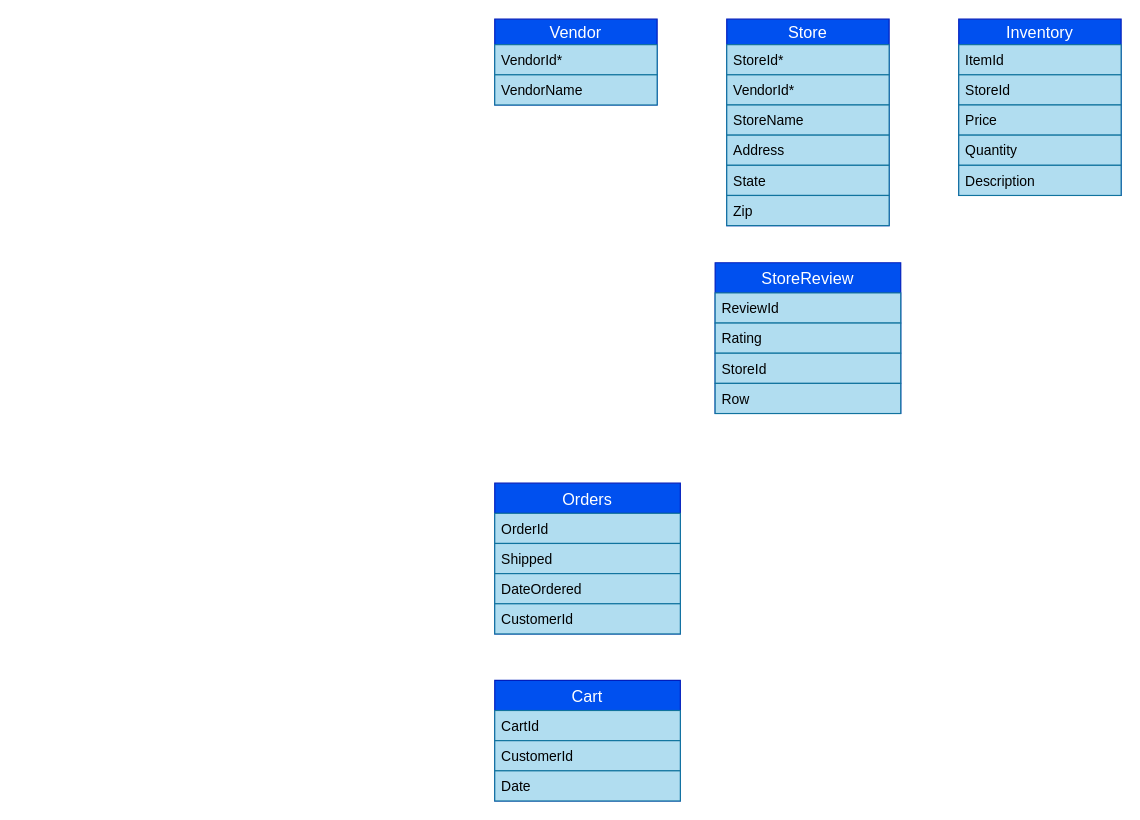
jcorm714/Naybrr keeps this draw.io diagram as DrivrER.drawio. Above is the earlier version. Source tidied: cells renumbered, new cells numbered last; positions are measured from the earlier drawing's top-left corner, leaving out a move shared by most shapes. Both pictures are drawn from the tidied source at 116%, with x=0, y=0 at pixel (494, 19).
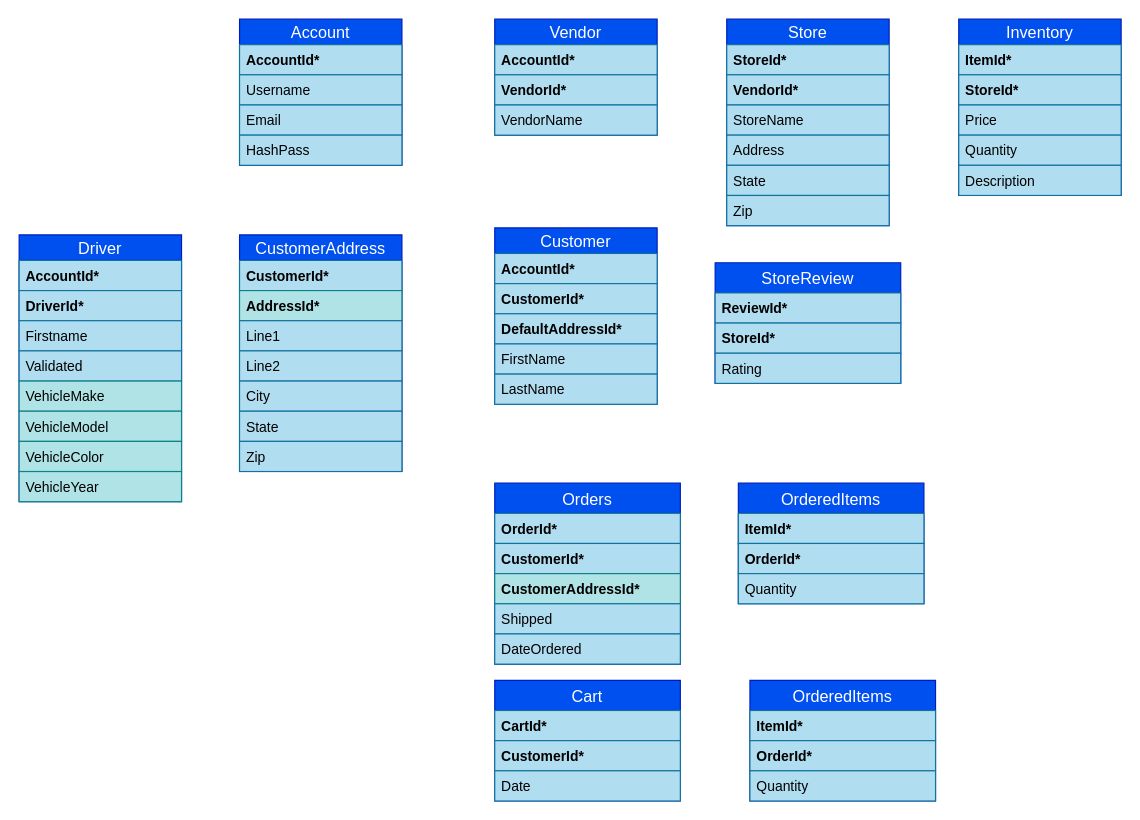
Above is the later version.

The change refers to these unchanged cells:
```xml
<mxCell id="5" value="Store" style="swimlane;fontStyle=0;horizontal=1;startSize=22;align=center;fontSize=14;fillColor=#0050ef;strokeColor=#001DBC;fontColor=#ffffff;" parent="1" vertex="1">
  <mxGeometry x="200" width="140" height="178" as="geometry" />
</mxCell>
<mxCell id="12" value="Inventory" style="swimlane;fontStyle=0;horizontal=1;startSize=22;align=center;fontSize=14;fillColor=#0050ef;strokeColor=#001DBC;fontColor=#ffffff;" parent="1" vertex="1">
  <mxGeometry x="400" width="140" height="152" as="geometry" />
</mxCell>
```

Change to the diagram source:
```diff
@@
     <mxCell id="2" value="Vendor" style="swimlane;fontStyle=0;horizontal=1;startSize=22;align=center;fontSize=14;fillColor=#0050ef;strokeColor=#001DBC;fontColor=#ffffff;" parent="1" vertex="1">
-      <mxGeometry width="140" height="74" as="geometry" />
+      <mxGeometry width="140" height="100" as="geometry" />
     </mxCell>
+    <mxCell id="32" value="AccountId*" style="text;strokeColor=#10739e;fillColor=#b1ddf0;spacingLeft=4;spacingRight=4;overflow=hidden;fontSize=12;fontStyle=1;" parent="2" vertex="1">
+      <mxGeometry y="22" width="140" height="26" as="geometry" />
+    </mxCell>
-    <mxCell id="3" value="VendorId*" style="text;strokeColor=#10739e;fillColor=#b1ddf0;spacingLeft=4;spacingRight=4;overflow=hidden;fontSize=12;" parent="2" vertex="1">
-      <mxGeometry y="22" width="140" height="26" as="geometry" />
+    <mxCell id="3" value="VendorId*" style="text;strokeColor=#10739e;fillColor=#b1ddf0;spacingLeft=4;spacingRight=4;overflow=hidden;fontSize=12;fontStyle=1;" parent="2" vertex="1">
+      <mxGeometry y="48" width="140" height="26" as="geometry" />
     </mxCell>
     <mxCell id="4" value="VendorName" style="text;strokeColor=#10739e;fillColor=#b1ddf0;spacingLeft=4;spacingRight=4;overflow=hidden;fontSize=12;" parent="2" vertex="1">
-      <mxGeometry y="48" width="140" height="26" as="geometry" />
+      <mxGeometry y="74" width="140" height="26" as="geometry" />
     </mxCell>
@@
-    <mxCell id="6" value="StoreId*" style="text;strokeColor=#10739e;fillColor=#b1ddf0;spacingLeft=4;spacingRight=4;overflow=hidden;fontSize=12;" parent="5" vertex="1">
+    <mxCell id="6" value="StoreId*" style="text;strokeColor=#10739e;fillColor=#b1ddf0;spacingLeft=4;spacingRight=4;overflow=hidden;fontSize=12;fontStyle=1;" parent="5" vertex="1">
       <mxGeometry y="22" width="140" height="26" as="geometry" />
     </mxCell>
-    <mxCell id="7" value="VendorId*" style="text;strokeColor=#10739e;fillColor=#b1ddf0;spacingLeft=4;spacingRight=4;overflow=hidden;fontSize=12;" parent="5" vertex="1">
+    <mxCell id="7" value="VendorId*" style="text;strokeColor=#10739e;fillColor=#b1ddf0;spacingLeft=4;spacingRight=4;overflow=hidden;fontSize=12;fontStyle=1;" parent="5" vertex="1">
       <mxGeometry y="48" width="140" height="26" as="geometry" />
     </mxCell>
@@
-    <mxCell id="13" value="ItemId" style="text;strokeColor=#10739e;fillColor=#b1ddf0;spacingLeft=4;spacingRight=4;overflow=hidden;fontSize=12;" parent="12" vertex="1">
+    <mxCell id="13" value="ItemId*" style="text;strokeColor=#10739e;fillColor=#b1ddf0;spacingLeft=4;spacingRight=4;overflow=hidden;fontSize=12;fontStyle=1;" parent="12" vertex="1">
       <mxGeometry y="22" width="140" height="26" as="geometry" />
     </mxCell>
-    <mxCell id="14" value="StoreId" style="text;strokeColor=#10739e;fillColor=#b1ddf0;spacingLeft=4;spacingRight=4;overflow=hidden;fontSize=12;" parent="12" vertex="1">
+    <mxCell id="14" value="StoreId*" style="text;strokeColor=#10739e;fillColor=#b1ddf0;spacingLeft=4;spacingRight=4;overflow=hidden;fontSize=12;fontStyle=1;" parent="12" vertex="1">
       <mxGeometry y="48" width="140" height="26" as="geometry" />
     </mxCell>
@@
+    <mxCell id="23" value="Orders" style="swimlane;fontStyle=0;horizontal=1;startSize=26;align=center;fontSize=14;fillColor=#0050ef;strokeColor=#001DBC;fontColor=#ffffff;" parent="1" vertex="1">
+      <mxGeometry y="400" width="160" height="156" as="geometry" />
+    </mxCell>
+    <mxCell id="24" value="OrderId*" style="text;strokeColor=#10739e;fillColor=#b1ddf0;spacingLeft=4;spacingRight=4;overflow=hidden;fontSize=12;fontStyle=1;" parent="23" vertex="1">
+      <mxGeometry y="26" width="160" height="26" as="geometry" />
+    </mxCell>
+    <mxCell id="27" value="CustomerId*" style="text;strokeColor=#10739e;fillColor=#b1ddf0;spacingLeft=4;spacingRight=4;overflow=hidden;fontSize=12;fontStyle=1;" parent="23" vertex="1">
+      <mxGeometry y="52" width="160" height="26" as="geometry" />
+    </mxCell>
+    <mxCell id="33" value="CustomerAddressId*" style="text;strokeColor=#0e8088;fillColor=#b0e3e6;spacingLeft=4;spacingRight=4;overflow=hidden;fontSize=12;fontStyle=1;" parent="23" vertex="1">
+      <mxGeometry y="78" width="160" height="26" as="geometry" />
+    </mxCell>
+    <mxCell id="25" value="Shipped" style="text;strokeColor=#10739e;fillColor=#b1ddf0;spacingLeft=4;spacingRight=4;overflow=hidden;fontSize=12;" parent="23" vertex="1">
+      <mxGeometry y="104" width="160" height="26" as="geometry" />
+    </mxCell>
+    <mxCell id="26" value="DateOrdered" style="text;strokeColor=#10739e;fillColor=#b1ddf0;spacingLeft=4;spacingRight=4;overflow=hidden;fontSize=12;" parent="23" vertex="1">
+      <mxGeometry y="130" width="160" height="26" as="geometry" />
+    </mxCell>
+    <mxCell id="28" value="Cart" style="swimlane;fontStyle=0;horizontal=1;startSize=26;align=center;fontSize=14;fillColor=#0050ef;strokeColor=#001DBC;fontColor=#ffffff;" parent="1" vertex="1">
+      <mxGeometry y="570" width="160" height="104" as="geometry" />
+    </mxCell>
+    <mxCell id="29" value="CartId*" style="text;strokeColor=#10739e;fillColor=#b1ddf0;spacingLeft=4;spacingRight=4;overflow=hidden;fontSize=12;fontStyle=1;" parent="28" vertex="1">
+      <mxGeometry y="26" width="160" height="26" as="geometry" />
+    </mxCell>
+    <mxCell id="30" value="CustomerId*" style="text;strokeColor=#10739e;fillColor=#b1ddf0;spacingLeft=4;spacingRight=4;overflow=hidden;fontSize=12;fontStyle=1;" parent="28" vertex="1">
+      <mxGeometry y="52" width="160" height="26" as="geometry" />
+    </mxCell>
+    <mxCell id="31" value="Date" style="text;strokeColor=#10739e;fillColor=#b1ddf0;spacingLeft=4;spacingRight=4;overflow=hidden;fontSize=12;" parent="28" vertex="1">
+      <mxGeometry y="78" width="160" height="26" as="geometry" />
+    </mxCell>
+    <mxCell id="34" value="StoreReview" style="swimlane;fontStyle=0;horizontal=1;startSize=26;align=center;fontSize=14;fillColor=#0050ef;strokeColor=#001DBC;fontColor=#ffffff;" parent="1" vertex="1">
+      <mxGeometry x="190" y="210" width="160" height="104" as="geometry" />
+    </mxCell>
+    <mxCell id="35" value="ReviewId*" style="text;strokeColor=#10739e;fillColor=#b1ddf0;spacingLeft=4;spacingRight=4;overflow=hidden;fontSize=12;fontStyle=1;" parent="34" vertex="1">
+      <mxGeometry y="26" width="160" height="26" as="geometry" />
+    </mxCell>
+    <mxCell id="36" value="StoreId*" style="text;strokeColor=#10739e;fillColor=#b1ddf0;spacingLeft=4;spacingRight=4;overflow=hidden;fontSize=12;verticalAlign=top;fontStyle=1;" parent="34" vertex="1">
+      <mxGeometry y="52" width="160" height="26" as="geometry" />
+    </mxCell>
+    <mxCell id="37" value="Rating" style="text;strokeColor=#10739e;fillColor=#b1ddf0;spacingLeft=4;spacingRight=4;overflow=hidden;fontSize=12;" parent="34" vertex="1">
+      <mxGeometry y="78" width="160" height="26" as="geometry" />
+    </mxCell>
-    <mxCell id="18" value="StoreReview" style="swimlane;fontStyle=0;horizontal=1;startSize=26;align=center;fontSize=14;fillColor=#0050ef;strokeColor=#001DBC;fontColor=#ffffff;" parent="1" vertex="1">
-      <mxGeometry x="190" y="210" width="160" height="130" as="geometry" />
+    <mxCell id="18" value="OrderedItems" style="swimlane;fontStyle=0;horizontal=1;startSize=26;align=center;fontSize=14;fillColor=#0050ef;strokeColor=#001DBC;fontColor=#ffffff;" parent="1" vertex="1">
+      <mxGeometry x="210" y="400" width="160" height="104" as="geometry" />
     </mxCell>
-    <mxCell id="19" value="ReviewId" style="text;strokeColor=#10739e;fillColor=#b1ddf0;spacingLeft=4;spacingRight=4;overflow=hidden;fontSize=12;" parent="18" vertex="1">
+    <mxCell id="19" value="ItemId*" style="text;strokeColor=#10739e;fillColor=#b1ddf0;spacingLeft=4;spacingRight=4;overflow=hidden;fontSize=12;fontStyle=1;" parent="18" vertex="1">
       <mxGeometry y="26" width="160" height="26" as="geometry" />
     </mxCell>
-    <mxCell id="20" value="Rating" style="text;strokeColor=#10739e;fillColor=#b1ddf0;spacingLeft=4;spacingRight=4;overflow=hidden;fontSize=12;" parent="18" vertex="1">
+    <mxCell id="20" value="OrderId*" style="text;strokeColor=#10739e;fillColor=#b1ddf0;spacingLeft=4;spacingRight=4;overflow=hidden;fontSize=12;fontStyle=1;" parent="18" vertex="1">
       <mxGeometry y="52" width="160" height="26" as="geometry" />
     </mxCell>
-    <mxCell id="21" value="StoreId" style="text;strokeColor=#10739e;fillColor=#b1ddf0;spacingLeft=4;spacingRight=4;overflow=hidden;fontSize=12;" parent="18" vertex="1">
+    <mxCell id="21" value="Quantity" style="text;strokeColor=#10739e;fillColor=#b1ddf0;spacingLeft=4;spacingRight=4;overflow=hidden;fontSize=12;" parent="18" vertex="1">
       <mxGeometry y="78" width="160" height="26" as="geometry" />
     </mxCell>
-    <mxCell id="22" value="Row" style="text;strokeColor=#10739e;fillColor=#b1ddf0;spacingLeft=4;spacingRight=4;overflow=hidden;fontSize=12;" parent="18" vertex="1">
-      <mxGeometry y="104" width="160" height="26" as="geometry" />
-    </mxCell>
-    <mxCell id="23" value="Orders" style="swimlane;fontStyle=0;horizontal=1;startSize=26;align=center;fontSize=14;fillColor=#0050ef;strokeColor=#001DBC;fontColor=#ffffff;" parent="1" vertex="1">
-      <mxGeometry y="400" width="160" height="130" as="geometry" />
-    </mxCell>
-    <mxCell id="24" value="OrderId" style="text;strokeColor=#10739e;fillColor=#b1ddf0;spacingLeft=4;spacingRight=4;overflow=hidden;fontSize=12;" parent="23" vertex="1">
-      <mxGeometry y="26" width="160" height="26" as="geometry" />
-    </mxCell>
-    <mxCell id="25" value="Shipped" style="text;strokeColor=#10739e;fillColor=#b1ddf0;spacingLeft=4;spacingRight=4;overflow=hidden;fontSize=12;" parent="23" vertex="1">
-      <mxGeometry y="52" width="160" height="26" as="geometry" />
-    </mxCell>
-    <mxCell id="26" value="DateOrdered" style="text;strokeColor=#10739e;fillColor=#b1ddf0;spacingLeft=4;spacingRight=4;overflow=hidden;fontSize=12;" parent="23" vertex="1">
-      <mxGeometry y="78" width="160" height="26" as="geometry" />
-    </mxCell>
-    <mxCell id="27" value="CustomerId" style="text;strokeColor=#10739e;fillColor=#b1ddf0;spacingLeft=4;spacingRight=4;overflow=hidden;fontSize=12;" parent="23" vertex="1">
-      <mxGeometry y="104" width="160" height="26" as="geometry" />
-    </mxCell>
-    <mxCell id="28" value="Cart" style="swimlane;fontStyle=0;horizontal=1;startSize=26;align=center;fontSize=14;fillColor=#0050ef;strokeColor=#001DBC;fontColor=#ffffff;" parent="1" vertex="1">
-      <mxGeometry y="570" width="160" height="104" as="geometry" />
-    </mxCell>
-    <mxCell id="29" value="CartId" style="text;strokeColor=#10739e;fillColor=#b1ddf0;spacingLeft=4;spacingRight=4;overflow=hidden;fontSize=12;" parent="28" vertex="1">
-      <mxGeometry y="26" width="160" height="26" as="geometry" />
-    </mxCell>
-    <mxCell id="30" value="CustomerId" style="text;strokeColor=#10739e;fillColor=#b1ddf0;spacingLeft=4;spacingRight=4;overflow=hidden;fontSize=12;" parent="28" vertex="1">
-      <mxGeometry y="52" width="160" height="26" as="geometry" />
-    </mxCell>
-    <mxCell id="31" value="Date" style="text;strokeColor=#10739e;fillColor=#b1ddf0;spacingLeft=4;spacingRight=4;overflow=hidden;fontSize=12;" parent="28" vertex="1">
-      <mxGeometry y="78" width="160" height="26" as="geometry" />
-    </mxCell>
+    <mxCell id="38" value="OrderedItems" style="swimlane;fontStyle=0;horizontal=1;startSize=26;align=center;fontSize=14;fillColor=#0050ef;strokeColor=#001DBC;fontColor=#ffffff;" parent="1" vertex="1">
+      <mxGeometry x="220" y="570" width="160" height="104" as="geometry" />
+    </mxCell>
+    <mxCell id="39" value="ItemId*" style="text;strokeColor=#10739e;fillColor=#b1ddf0;spacingLeft=4;spacingRight=4;overflow=hidden;fontSize=12;fontStyle=1;" parent="38" vertex="1">
+      <mxGeometry y="26" width="160" height="26" as="geometry" />
+    </mxCell>
+    <mxCell id="40" value="OrderId*" style="text;strokeColor=#10739e;fillColor=#b1ddf0;spacingLeft=4;spacingRight=4;overflow=hidden;fontSize=12;fontStyle=1;" parent="38" vertex="1">
+      <mxGeometry y="52" width="160" height="26" as="geometry" />
+    </mxCell>
+    <mxCell id="41" value="Quantity" style="text;strokeColor=#10739e;fillColor=#b1ddf0;spacingLeft=4;spacingRight=4;overflow=hidden;fontSize=12;" parent="38" vertex="1">
+      <mxGeometry y="78" width="160" height="26" as="geometry" />
+    </mxCell>
+    <mxCell id="42" value="Account" style="swimlane;fontStyle=0;horizontal=1;startSize=22;align=center;fontSize=14;fillColor=#0050ef;strokeColor=#001DBC;fontColor=#ffffff;" parent="1" vertex="1">
+      <mxGeometry x="-220" width="140" height="126" as="geometry" />
+    </mxCell>
+    <mxCell id="43" value="AccountId*" style="text;strokeColor=#10739e;fillColor=#b1ddf0;spacingLeft=4;spacingRight=4;overflow=hidden;fontSize=12;fontStyle=1;" parent="42" vertex="1">
+      <mxGeometry y="22" width="140" height="26" as="geometry" />
+    </mxCell>
+    <mxCell id="44" value="Username" style="text;strokeColor=#10739e;fillColor=#b1ddf0;spacingLeft=4;spacingRight=4;overflow=hidden;fontSize=12;" parent="42" vertex="1">
+      <mxGeometry y="48" width="140" height="26" as="geometry" />
+    </mxCell>
+    <mxCell id="45" value="Email" style="text;strokeColor=#10739e;fillColor=#b1ddf0;spacingLeft=4;spacingRight=4;overflow=hidden;fontSize=12;" parent="42" vertex="1">
+      <mxGeometry y="74" width="140" height="26" as="geometry" />
+    </mxCell>
+    <mxCell id="46" value="HashPass" style="text;strokeColor=#10739e;fillColor=#b1ddf0;spacingLeft=4;spacingRight=4;overflow=hidden;fontSize=12;" parent="42" vertex="1">
+      <mxGeometry y="100" width="140" height="26" as="geometry" />
+    </mxCell>
+    <mxCell id="47" value="Customer" style="swimlane;fontStyle=0;horizontal=1;startSize=22;align=center;fontSize=14;fillColor=#0050ef;strokeColor=#001DBC;fontColor=#ffffff;" parent="1" vertex="1">
+      <mxGeometry y="180" width="140" height="152" as="geometry" />
+    </mxCell>
+    <mxCell id="48" value="AccountId*" style="text;strokeColor=#10739e;fillColor=#b1ddf0;spacingLeft=4;spacingRight=4;overflow=hidden;fontSize=12;fontStyle=1;" parent="47" vertex="1">
+      <mxGeometry y="22" width="140" height="26" as="geometry" />
+    </mxCell>
+    <mxCell id="49" value="CustomerId*" style="text;strokeColor=#10739e;fillColor=#b1ddf0;spacingLeft=4;spacingRight=4;overflow=hidden;fontSize=12;fontStyle=1;" parent="47" vertex="1">
+      <mxGeometry y="48" width="140" height="26" as="geometry" />
+    </mxCell>
+    <mxCell id="50" value="DefaultAddressId*" style="text;strokeColor=#10739e;fillColor=#b1ddf0;spacingLeft=4;spacingRight=4;overflow=hidden;fontSize=12;fontStyle=1;" parent="47" vertex="1">
+      <mxGeometry y="74" width="140" height="26" as="geometry" />
+    </mxCell>
+    <mxCell id="51" value="FirstName" style="text;strokeColor=#10739e;fillColor=#b1ddf0;spacingLeft=4;spacingRight=4;overflow=hidden;fontSize=12;" parent="47" vertex="1">
+      <mxGeometry y="100" width="140" height="26" as="geometry" />
+    </mxCell>
+    <mxCell id="52" value="LastName" style="text;strokeColor=#10739e;fillColor=#b1ddf0;spacingLeft=4;spacingRight=4;overflow=hidden;fontSize=12;" parent="47" vertex="1">
+      <mxGeometry y="126" width="140" height="26" as="geometry" />
+    </mxCell>
+    <mxCell id="53" value="CustomerAddress" style="swimlane;fontStyle=0;horizontal=1;startSize=22;align=center;fontSize=14;fillColor=#0050ef;strokeColor=#001DBC;fontColor=#ffffff;" parent="1" vertex="1">
+      <mxGeometry x="-220" y="186" width="140" height="204" as="geometry" />
+    </mxCell>
+    <mxCell id="54" value="CustomerId*" style="text;strokeColor=#10739e;fillColor=#b1ddf0;spacingLeft=4;spacingRight=4;overflow=hidden;fontSize=12;fontStyle=1;" parent="53" vertex="1">
+      <mxGeometry y="22" width="140" height="26" as="geometry" />
+    </mxCell>
+    <mxCell id="55" value="AddressId*" style="text;strokeColor=#0e8088;fillColor=#b0e3e6;spacingLeft=4;spacingRight=4;overflow=hidden;fontSize=12;fontStyle=1;" parent="53" vertex="1">
+      <mxGeometry y="48" width="140" height="26" as="geometry" />
+    </mxCell>
+    <mxCell id="56" value="Line1" style="text;strokeColor=#10739e;fillColor=#b1ddf0;spacingLeft=4;spacingRight=4;overflow=hidden;fontSize=12;" parent="53" vertex="1">
+      <mxGeometry y="74" width="140" height="26" as="geometry" />
+    </mxCell>
+    <mxCell id="57" value="Line2" style="text;strokeColor=#10739e;fillColor=#b1ddf0;spacingLeft=4;spacingRight=4;overflow=hidden;fontSize=12;" parent="53" vertex="1">
+      <mxGeometry y="100" width="140" height="26" as="geometry" />
+    </mxCell>
+    <mxCell id="58" value="City" style="text;strokeColor=#10739e;fillColor=#b1ddf0;spacingLeft=4;spacingRight=4;overflow=hidden;fontSize=12;" parent="53" vertex="1">
+      <mxGeometry y="126" width="140" height="26" as="geometry" />
+    </mxCell>
+    <mxCell id="59" value="State" style="text;strokeColor=#10739e;fillColor=#b1ddf0;spacingLeft=4;spacingRight=4;overflow=hidden;fontSize=12;" parent="53" vertex="1">
+      <mxGeometry y="152" width="140" height="26" as="geometry" />
+    </mxCell>
+    <mxCell id="60" value="Zip" style="text;strokeColor=#10739e;fillColor=#b1ddf0;spacingLeft=4;spacingRight=4;overflow=hidden;fontSize=12;" parent="53" vertex="1">
+      <mxGeometry y="178" width="140" height="26" as="geometry" />
+    </mxCell>
+    <mxCell id="61" value="Driver" style="swimlane;fontStyle=0;horizontal=1;startSize=22;align=center;fontSize=14;fillColor=#0050ef;strokeColor=#001DBC;fontColor=#ffffff;" parent="1" vertex="1">
+      <mxGeometry x="-410" y="186" width="140" height="230" as="geometry" />
+    </mxCell>
+    <mxCell id="62" value="AccountId*" style="text;strokeColor=#10739e;fillColor=#b1ddf0;spacingLeft=4;spacingRight=4;overflow=hidden;fontSize=12;fontStyle=1;" parent="61" vertex="1">
+      <mxGeometry y="22" width="140" height="26" as="geometry" />
+    </mxCell>
+    <mxCell id="63" value="DriverId*" style="text;strokeColor=#10739e;fillColor=#b1ddf0;spacingLeft=4;spacingRight=4;overflow=hidden;fontSize=12;fontStyle=1;" parent="61" vertex="1">
+      <mxGeometry y="48" width="140" height="26" as="geometry" />
+    </mxCell>
+    <mxCell id="64" value="Firstname" style="text;strokeColor=#10739e;fillColor=#b1ddf0;spacingLeft=4;spacingRight=4;overflow=hidden;fontSize=12;" parent="61" vertex="1">
+      <mxGeometry y="74" width="140" height="26" as="geometry" />
+    </mxCell>
+    <mxCell id="65" value="Validated" style="text;strokeColor=#10739e;fillColor=#b1ddf0;spacingLeft=4;spacingRight=4;overflow=hidden;fontSize=12;" parent="61" vertex="1">
+      <mxGeometry y="100" width="140" height="26" as="geometry" />
+    </mxCell>
+    <mxCell id="66" value="VehicleMake" style="text;strokeColor=#0e8088;fillColor=#b0e3e6;spacingLeft=4;spacingRight=4;overflow=hidden;fontSize=12;" parent="61" vertex="1">
+      <mxGeometry y="126" width="140" height="26" as="geometry" />
+    </mxCell>
+    <mxCell id="67" value="VehicleModel" style="text;strokeColor=#0e8088;fillColor=#b0e3e6;spacingLeft=4;spacingRight=4;overflow=hidden;fontSize=12;" parent="61" vertex="1">
+      <mxGeometry y="152" width="140" height="26" as="geometry" />
+    </mxCell>
+    <mxCell id="68" value="VehicleColor" style="text;strokeColor=#0e8088;fillColor=#b0e3e6;spacingLeft=4;spacingRight=4;overflow=hidden;fontSize=12;" parent="61" vertex="1">
+      <mxGeometry y="178" width="140" height="26" as="geometry" />
+    </mxCell>
+    <mxCell id="69" value="VehicleYear" style="text;strokeColor=#0e8088;fillColor=#b0e3e6;spacingLeft=4;spacingRight=4;overflow=hidden;fontSize=12;" parent="61" vertex="1">
+      <mxGeometry y="204" width="140" height="26" as="geometry" />
+    </mxCell>
```
